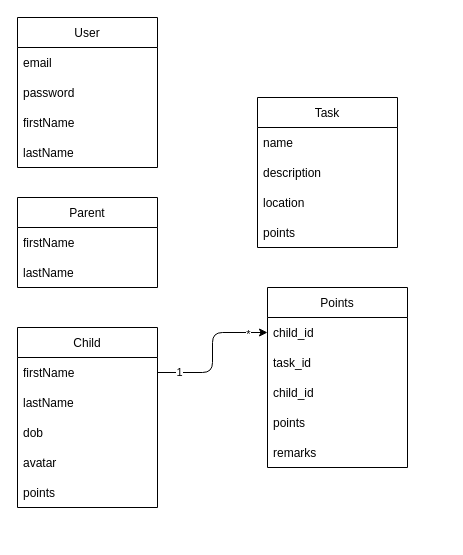
This is readmeIMG/erd.drawio from hareeshbabu82ns/GiddyItUp, a draw.io file, before an edit. Source tidied: cells renumbered, new cells numbered last; positions are measured from the earlier drawing's top-left corner, leaving out a move shared by most shapes. Both pictures are drawn from the tidied source at 100%, with x=0, y=0 at pixel (17, 17).
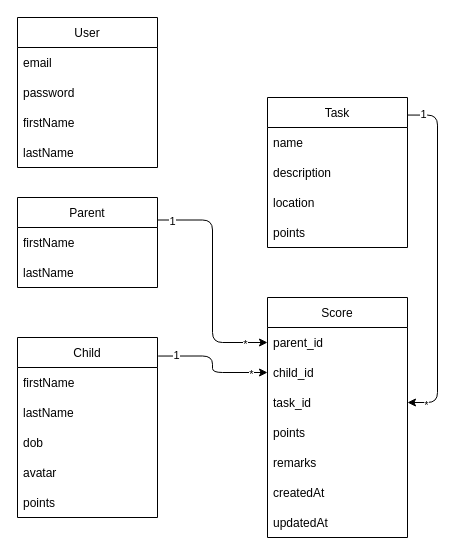
The same page after the edit.

Commit message (it also covers changes not shown here):
score operations

Unchanged cells that the change refers to:
```xml
<mxCell id="7" value="Parent" style="swimlane;fontStyle=0;horizontal=1;startSize=30;" parent="1" vertex="1">
  <mxGeometry y="180" width="140" height="90" as="geometry" />
</mxCell>
<mxCell id="11" value="firstName" style="text;strokeColor=none;fillColor=none;align=left;verticalAlign=middle;spacingLeft=4;spacingRight=4;overflow=hidden;points=[[0,0.5],[1,0.5]];portConstraint=eastwest;" parent="10" vertex="1">
  <mxGeometry y="30" width="140" height="30" as="geometry" />
</mxCell>
```

Diff of the diagram source:
```diff
@@
+    <mxCell id="30" style="edgeStyle=orthogonalEdgeStyle;html=1;exitX=1;exitY=0.25;exitDx=0;exitDy=0;entryX=0;entryY=0.5;entryDx=0;entryDy=0;" parent="1" edge="1" source="7" target="24">
+      <mxGeometry relative="1" as="geometry" />
+    </mxCell>
+    <mxCell id="31" value="1" style="edgeLabel;html=1;align=center;verticalAlign=middle;" parent="30" vertex="1">
+      <mxGeometry x="-0.88" y="-1" relative="1" as="geometry" />
+    </mxCell>
+    <mxCell id="32" value="*" style="edgeLabel;html=1;align=center;verticalAlign=middle;" parent="30" vertex="1">
+      <mxGeometry x="0.81" y="-1" relative="1" as="geometry" />
+    </mxCell>
@@
     <mxCell id="10" value="Child" style="swimlane;fontStyle=0;horizontal=1;startSize=30;" parent="1" vertex="1">
-      <mxGeometry y="310" width="140" height="180" as="geometry" />
+      <mxGeometry y="320" width="140" height="180" as="geometry" />
     </mxCell>
@@
     <mxCell id="16" value="Task" style="swimlane;fontStyle=0;horizontal=1;startSize=30;" parent="1" vertex="1">
-      <mxGeometry x="240" y="80" width="140" height="150" as="geometry" />
+      <mxGeometry x="250" y="80" width="140" height="150" as="geometry" />
     </mxCell>
@@
-    <mxCell id="21" value="Points" style="swimlane;fontStyle=0;horizontal=1;startSize=30;" parent="1" vertex="1">
-      <mxGeometry x="250" y="270" width="140" height="180" as="geometry" />
+    <mxCell id="21" value="Score" style="swimlane;fontStyle=0;horizontal=1;startSize=30;" parent="1" vertex="1">
+      <mxGeometry x="250" y="280" width="140" height="240" as="geometry" />
     </mxCell>
+    <mxCell id="24" value="parent_id" style="text;strokeColor=none;fillColor=none;align=left;verticalAlign=middle;spacingLeft=4;spacingRight=4;overflow=hidden;points=[[0,0.5],[1,0.5]];portConstraint=eastwest;" parent="21" vertex="1">
+      <mxGeometry y="30" width="140" height="30" as="geometry" />
+    </mxCell>
     <mxCell id="22" value="child_id" style="text;strokeColor=none;fillColor=none;align=left;verticalAlign=middle;spacingLeft=4;spacingRight=4;overflow=hidden;points=[[0,0.5],[1,0.5]];portConstraint=eastwest;" parent="21" vertex="1">
-      <mxGeometry y="30" width="140" height="30" as="geometry" />
+      <mxGeometry y="60" width="140" height="30" as="geometry" />
     </mxCell>
     <mxCell id="23" value="task_id" style="text;strokeColor=none;fillColor=none;align=left;verticalAlign=middle;spacingLeft=4;spacingRight=4;overflow=hidden;points=[[0,0.5],[1,0.5]];portConstraint=eastwest;" parent="21" vertex="1">
-      <mxGeometry y="60" width="140" height="30" as="geometry" />
+      <mxGeometry y="90" width="140" height="30" as="geometry" />
     </mxCell>
-    <mxCell id="24" value="child_id" style="text;strokeColor=none;fillColor=none;align=left;verticalAlign=middle;spacingLeft=4;spacingRight=4;overflow=hidden;points=[[0,0.5],[1,0.5]];portConstraint=eastwest;" parent="21" vertex="1">
-      <mxGeometry y="90" width="140" height="30" as="geometry" />
-    </mxCell>
@@
+    <mxCell id="33" value="createdAt" style="text;strokeColor=none;fillColor=none;align=left;verticalAlign=middle;spacingLeft=4;spacingRight=4;overflow=hidden;" parent="21" vertex="1">
+      <mxGeometry y="180" width="140" height="30" as="geometry" />
+    </mxCell>
+    <mxCell id="34" value="updatedAt" style="text;strokeColor=none;fillColor=none;align=left;verticalAlign=middle;spacingLeft=4;spacingRight=4;overflow=hidden;" parent="21" vertex="1">
+      <mxGeometry y="210" width="140" height="30" as="geometry" />
+    </mxCell>
-    <mxCell id="27" style="edgeStyle=orthogonalEdgeStyle;html=1;exitX=1;exitY=0.5;exitDx=0;exitDy=0;entryX=0;entryY=0.5;entryDx=0;entryDy=0;" parent="1" edge="1" source="11" target="22">
+    <mxCell id="27" style="edgeStyle=orthogonalEdgeStyle;html=1;exitX=1.005;exitY=0.103;exitDx=0;exitDy=0;entryX=0;entryY=0.5;entryDx=0;entryDy=0;exitPerimeter=0;" parent="1" edge="1" source="10" target="22">
       <mxGeometry relative="1" as="geometry" />
     </mxCell>
@@
+    <mxCell id="35" style="edgeStyle=orthogonalEdgeStyle;html=1;exitX=0.998;exitY=0.117;exitDx=0;exitDy=0;entryX=1;entryY=0.5;entryDx=0;entryDy=0;exitPerimeter=0;" parent="1" edge="1" source="16" target="23">
+      <mxGeometry relative="1" as="geometry">
+        <Array as="points">
+          <mxPoint x="420" y="98" />
+          <mxPoint x="420" y="385" />
+        </Array>
+      </mxGeometry>
+    </mxCell>
+    <mxCell id="36" value="1" style="edgeLabel;html=1;align=center;verticalAlign=middle;" parent="35" vertex="1">
+      <mxGeometry x="-0.91" y="1" relative="1" as="geometry" />
+    </mxCell>
+    <mxCell id="37" value="*" style="edgeLabel;html=1;align=center;verticalAlign=middle;" parent="35" vertex="1">
+      <mxGeometry x="0.89" y="2" relative="1" as="geometry" />
+    </mxCell>
```
